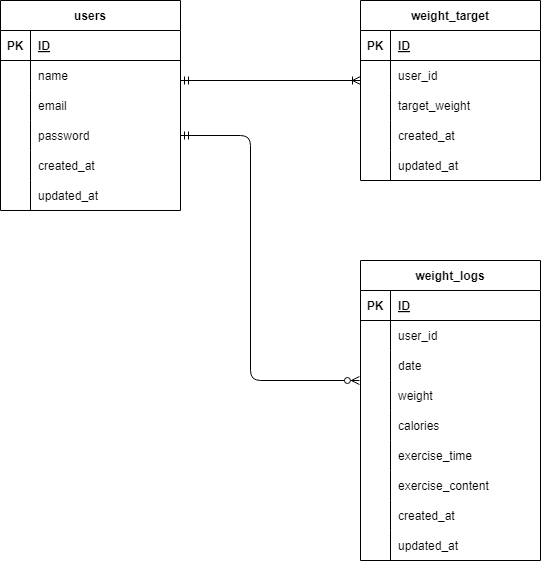
yuusukejinba/jinba-last keeps this draw.io diagram as ER.drawio.png. Above is the earlier version. Source tidied: cells renumbered, new cells last; positions are measured from the earlier drawing's top-left corner, leaving out a move shared by most shapes.
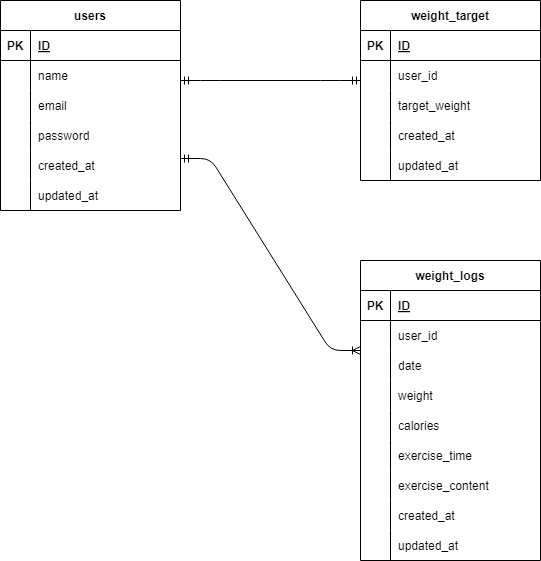
The same file after the commit.

Commit message:
リモートリポジトリの変更

Change to the diagram source:
```diff
@@ -191,18 +191,16 @@
     <mxCell id="64" value="updated_at" style="shape=partialRectangle;fillColor=none;top=0;left=0;bottom=0;right=0;align=left;spacingLeft=6;overflow=hidden;" parent="62" vertex="1">
       <mxGeometry x="30" width="150" height="30" as="geometry" />
     </mxCell>
-    <mxCell id="65" style="fontSize=12;html=1;endArrow=ERzeroToMany;startArrow=ERmandOne;exitX=1;exitY=0.5;exitDx=0;exitDy=0;entryX=-0.006;entryY=0;entryDx=0;entryDy=0;entryPerimeter=0;edgeStyle=orthogonalEdgeStyle;" parent="1" edge="1" source="56" target="12">
-      <mxGeometry relative="1" as="geometry">
-        <Array as="points">
-          <mxPoint x="250" y="135" />
-          <mxPoint x="250" y="380" />
-        </Array>
-      </mxGeometry>
-    </mxCell>
-    <mxCell id="66" style="fontSize=12;html=1;endArrow=ERoneToMany;startArrow=ERmandOne;exitX=1;exitY=0.667;exitDx=0;exitDy=0;exitPerimeter=0;" parent="1" edge="1" source="50">
-      <mxGeometry relative="1" as="geometry">
-        <mxPoint x="360" y="80" as="targetPoint" />
-      </mxGeometry>
-    </mxCell>
+    <mxCell id="67" style="edgeStyle=entityRelationEdgeStyle;fontSize=12;html=1;endArrow=ERoneToMany;startArrow=ERmandOne;entryX=0;entryY=0;entryDx=0;entryDy=0;entryPerimeter=0;" parent="1" edge="1" target="9">
+      <mxGeometry relative="1" as="geometry">
+        <mxPoint x="180" y="158" as="sourcePoint" />
+      </mxGeometry>
+    </mxCell>
+    <mxCell id="68" style="edgeStyle=entityRelationEdgeStyle;fontSize=12;html=1;endArrow=ERmandOne;startArrow=ERmandOne;" parent="1" edge="1">
+      <mxGeometry relative="1" as="geometry">
+        <mxPoint x="180" y="80" as="sourcePoint" />
+        <mxPoint x="360" y="80" as="targetPoint" />
+      </mxGeometry>
+    </mxCell>
   </root>
 </mxGraphModel>
```
